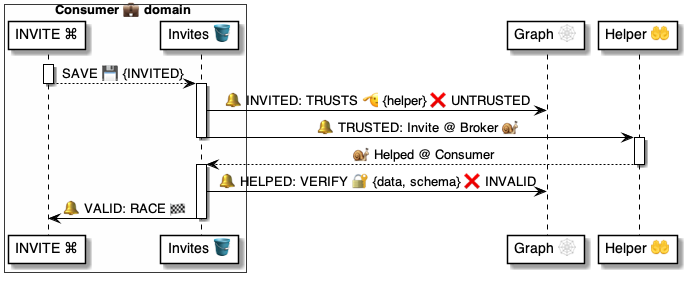
Above: 4 ⚙️ Solution/41 🎭 Domain Roles/Consumers 💼/💼🪣 Consumer tables/Invites 🗄️ table/🪣 Invites/💼 Consumer.Invites ⚙️ uml.png in pollyweb-org/pollyweb-docs (PlantUML), before the change. Its source is kept beside it as 4 ⚙️ Solution/41 🎭 Domain Roles/Consumers 💼/💼🪣 Consumer tables/Invites 🗄️ table/🪣 Invites/💼 Consumer.Invites ⚙️ uml.puml.
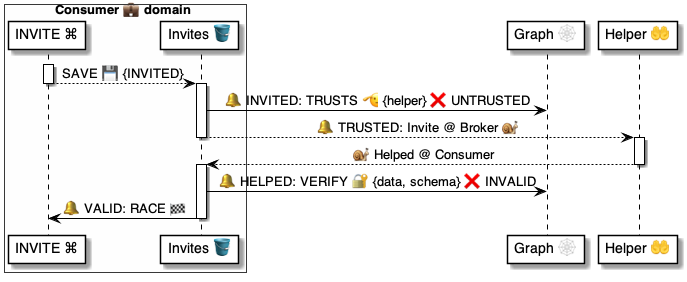
Above is the later version.

What changed in the source:
```diff
@@ -14,7 +14,7 @@
 
 activate table
     table -> graph: 🔔 INVITED: TRUSTS 🫡 {helper} ❌ UNTRUSTED
-    table -> helper: 🔔 TRUSTED: Invite @ Broker 🐌
+    table --> helper: 🔔 TRUSTED: Invite @ Broker 🐌
 deactivate table
 
 activate helper
```
